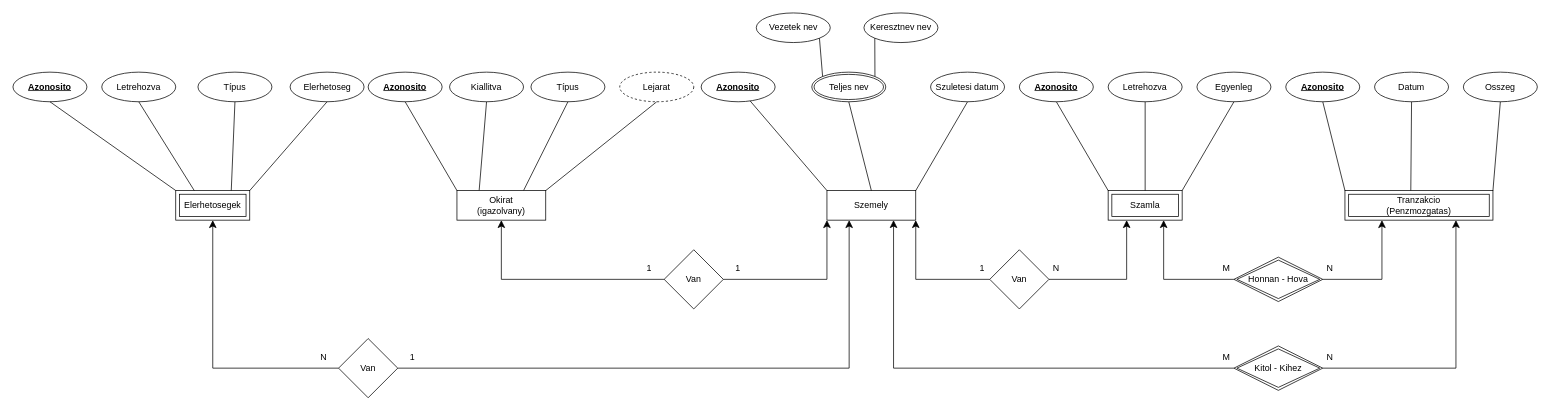
Earlier version of the draw.io diagram XMLTaskD51MXC/ERD51MXC.drawio (zeero64/D51MXC_XMLGyak). Source tidied: cells renumbered, new cells numbered last; positions are measured from the earlier drawing's top-left corner, leaving out a move shared by most shapes. Both pictures are drawn from the tidied source at 74%, with x=0, y=0 at pixel (13, 13).
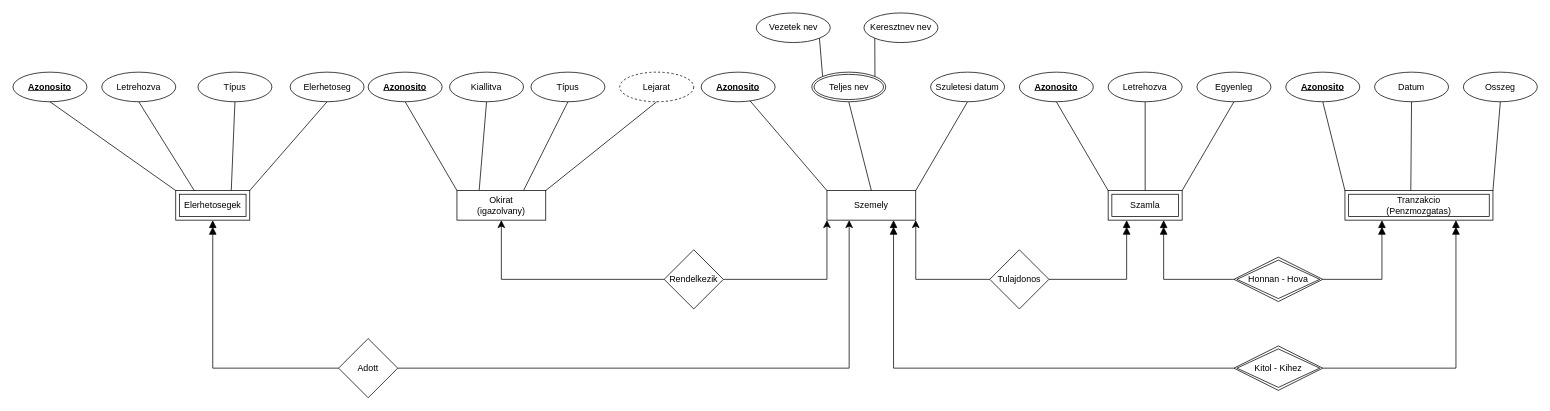
The same diagram, later.

The change refers to these unchanged cells:
```xml
<mxCell id="2" value="Szemely" style="rounded=0;whiteSpace=wrap;html=1;" parent="1" vertex="1">
  <mxGeometry x="1100" y="240" width="120" height="40" as="geometry" />
</mxCell>
<mxCell id="12" value="Szamla" style="shape=ext;margin=3;double=1;whiteSpace=wrap;html=1;align=center;" parent="1" vertex="1">
  <mxGeometry x="1480" y="240" width="100" height="40" as="geometry" />
</mxCell>
<mxCell id="26" value="Elerhetosegek" style="shape=ext;margin=3;double=1;whiteSpace=wrap;html=1;align=center;" parent="1" vertex="1">
  <mxGeometry x="220" y="240" width="100" height="40" as="geometry" />
</mxCell>
<mxCell id="36" value="&lt;div&gt;Tranzakcio&lt;/div&gt;&lt;div&gt;(Penzmozgatas)&lt;br&gt;&lt;/div&gt;" style="shape=ext;margin=3;double=1;whiteSpace=wrap;html=1;align=center;" parent="1" vertex="1">
  <mxGeometry x="1800" y="240" width="200" height="40" as="geometry" />
</mxCell>
<mxCell id="41" value="Kitol - Kihez" style="shape=rhombus;double=1;perimeter=rhombusPerimeter;whiteSpace=wrap;html=1;align=center;" parent="1" vertex="1">
  <mxGeometry x="1650" y="450" width="120" height="60" as="geometry" />
</mxCell>
<mxCell id="42" value="Honnan - Hova" style="shape=rhombus;double=1;perimeter=rhombusPerimeter;whiteSpace=wrap;html=1;align=center;" parent="1" vertex="1">
  <mxGeometry x="1650" y="330" width="120" height="60" as="geometry" />
</mxCell>
```

Change to the diagram source:
```diff
@@
-    <mxCell id="3" value="Van" style="rhombus;whiteSpace=wrap;html=1;" parent="1" vertex="1">
+    <mxCell id="3" value="Rendelkezik" style="rhombus;whiteSpace=wrap;html=1;" parent="1" vertex="1">
       <mxGeometry x="880" y="320" width="80" height="80" as="geometry" />
     </mxCell>
@@
-    <mxCell id="16" value="Van" style="rhombus;whiteSpace=wrap;html=1;" parent="1" vertex="1">
+    <mxCell id="16" value="Tulajdonos" style="rhombus;whiteSpace=wrap;html=1;" parent="1" vertex="1">
       <mxGeometry x="1320" y="320" width="80" height="80" as="geometry" />
     </mxCell>
@@
-    <mxCell id="25" value="Van" style="rhombus;whiteSpace=wrap;html=1;" parent="1" vertex="1">
+    <mxCell id="25" value="Adott" style="rhombus;whiteSpace=wrap;html=1;" parent="1" vertex="1">
       <mxGeometry x="440" y="440" width="80" height="80" as="geometry" />
     </mxCell>
@@
-    <mxCell id="51" value="N" style="text;html=1;strokeColor=none;fillColor=none;align=center;verticalAlign=middle;whiteSpace=wrap;rounded=0;" parent="1" vertex="1">
-      <mxGeometry x="390" y="450" width="60" height="30" as="geometry" />
-    </mxCell>
-    <mxCell id="52" value="1" style="text;html=1;strokeColor=none;fillColor=none;align=center;verticalAlign=middle;whiteSpace=wrap;rounded=0;" parent="1" vertex="1">
-      <mxGeometry x="510" y="450" width="60" height="30" as="geometry" />
-    </mxCell>
-    <mxCell id="53" value="1" style="text;html=1;strokeColor=none;fillColor=none;align=center;verticalAlign=middle;whiteSpace=wrap;rounded=0;" parent="1" vertex="1">
-      <mxGeometry x="830" y="330" width="60" height="30" as="geometry" />
-    </mxCell>
-    <mxCell id="54" value="1" style="text;html=1;strokeColor=none;fillColor=none;align=center;verticalAlign=middle;whiteSpace=wrap;rounded=0;" parent="1" vertex="1">
-      <mxGeometry x="950" y="330" width="60" height="30" as="geometry" />
-    </mxCell>
-    <mxCell id="55" value="1" style="text;html=1;strokeColor=none;fillColor=none;align=center;verticalAlign=middle;whiteSpace=wrap;rounded=0;" parent="1" vertex="1">
-      <mxGeometry x="1280" y="330" width="60" height="30" as="geometry" />
-    </mxCell>
-    <mxCell id="56" value="N" style="text;html=1;strokeColor=none;fillColor=none;align=center;verticalAlign=middle;whiteSpace=wrap;rounded=0;" parent="1" vertex="1">
-      <mxGeometry x="1380" y="330" width="60" height="30" as="geometry" />
-    </mxCell>
-    <mxCell id="57" value="M" style="text;html=1;strokeColor=none;fillColor=none;align=center;verticalAlign=middle;whiteSpace=wrap;rounded=0;" parent="1" vertex="1">
-      <mxGeometry x="1610" y="450" width="60" height="30" as="geometry" />
-    </mxCell>
-    <mxCell id="58" value="N" style="text;html=1;strokeColor=none;fillColor=none;align=center;verticalAlign=middle;whiteSpace=wrap;rounded=0;" parent="1" vertex="1">
-      <mxGeometry x="1750" y="450" width="60" height="30" as="geometry" />
-    </mxCell>
-    <mxCell id="59" value="N" style="text;html=1;strokeColor=none;fillColor=none;align=center;verticalAlign=middle;whiteSpace=wrap;rounded=0;" parent="1" vertex="1">
-      <mxGeometry x="1750" y="330" width="60" height="30" as="geometry" />
-    </mxCell>
-    <mxCell id="60" value="M" style="text;html=1;strokeColor=none;fillColor=none;align=center;verticalAlign=middle;whiteSpace=wrap;rounded=0;" parent="1" vertex="1">
-      <mxGeometry x="1610" y="330" width="60" height="30" as="geometry" />
-    </mxCell>
-    <mxCell id="61" style="edgeStyle=segmentEdgeStyle;endArrow=classic;html=1;curved=0;rounded=0;endSize=8;startSize=8;entryX=0.25;entryY=1;entryDx=0;entryDy=0;exitX=1;exitY=0.5;exitDx=0;exitDy=0;" parent="1" edge="1" source="16" target="12">
+    <mxCell id="61" style="edgeStyle=segmentEdgeStyle;endArrow=doubleBlock;html=1;curved=0;rounded=0;endSize=8;startSize=8;entryX=0.25;entryY=1;entryDx=0;entryDy=0;exitX=1;exitY=0.5;exitDx=0;exitDy=0;endFill=1;" parent="1" edge="1" source="16" target="12">
       <mxGeometry relative="1" as="geometry" />
     </mxCell>
-    <mxCell id="62" style="edgeStyle=segmentEdgeStyle;endArrow=classic;html=1;curved=0;rounded=0;endSize=8;startSize=8;entryX=0.75;entryY=1;entryDx=0;entryDy=0;exitX=0;exitY=0.5;exitDx=0;exitDy=0;" parent="1" edge="1" source="42" target="12">
+    <mxCell id="62" style="edgeStyle=segmentEdgeStyle;endArrow=doubleBlock;html=1;curved=0;rounded=0;endSize=8;startSize=8;entryX=0.75;entryY=1;entryDx=0;entryDy=0;exitX=0;exitY=0.5;exitDx=0;exitDy=0;endFill=1;" parent="1" edge="1" source="42" target="12">
       <mxGeometry relative="1" as="geometry" />
     </mxCell>
-    <mxCell id="63" style="edgeStyle=segmentEdgeStyle;endArrow=classic;html=1;curved=0;rounded=0;endSize=8;startSize=8;entryX=0.25;entryY=1;entryDx=0;entryDy=0;exitX=1;exitY=0.5;exitDx=0;exitDy=0;" parent="1" edge="1" source="42" target="36">
+    <mxCell id="63" style="edgeStyle=segmentEdgeStyle;endArrow=doubleBlock;html=1;curved=0;rounded=0;endSize=8;startSize=8;entryX=0.25;entryY=1;entryDx=0;entryDy=0;exitX=1;exitY=0.5;exitDx=0;exitDy=0;endFill=1;" parent="1" edge="1" source="42" target="36">
       <mxGeometry relative="1" as="geometry" />
     </mxCell>
-    <mxCell id="64" style="edgeStyle=segmentEdgeStyle;endArrow=classic;html=1;curved=0;rounded=0;endSize=8;startSize=8;entryX=0.75;entryY=1;entryDx=0;entryDy=0;exitX=1;exitY=0.5;exitDx=0;exitDy=0;" parent="1" edge="1" source="41" target="36">
+    <mxCell id="64" style="edgeStyle=segmentEdgeStyle;endArrow=doubleBlock;html=1;curved=0;rounded=0;endSize=8;startSize=8;entryX=0.75;entryY=1;entryDx=0;entryDy=0;exitX=1;exitY=0.5;exitDx=0;exitDy=0;endFill=1;" parent="1" edge="1" source="41" target="36">
       <mxGeometry relative="1" as="geometry" />
     </mxCell>
@@
-    <mxCell id="66" style="edgeStyle=segmentEdgeStyle;endArrow=classic;html=1;curved=0;rounded=0;endSize=8;startSize=8;entryX=0.75;entryY=1;entryDx=0;entryDy=0;exitX=0;exitY=0.5;exitDx=0;exitDy=0;" parent="1" edge="1" source="41" target="2">
+    <mxCell id="66" style="edgeStyle=segmentEdgeStyle;endArrow=doubleBlock;html=1;curved=0;rounded=0;endSize=8;startSize=8;entryX=0.75;entryY=1;entryDx=0;entryDy=0;exitX=0;exitY=0.5;exitDx=0;exitDy=0;endFill=1;" parent="1" edge="1" source="41" target="2">
       <mxGeometry relative="1" as="geometry" />
     </mxCell>
@@
-    <mxCell id="70" style="edgeStyle=segmentEdgeStyle;endArrow=classic;html=1;curved=0;rounded=0;endSize=8;startSize=8;exitX=0;exitY=0.5;exitDx=0;exitDy=0;entryX=0.5;entryY=1;entryDx=0;entryDy=0;" parent="1" edge="1" source="25" target="26">
+    <mxCell id="70" style="edgeStyle=segmentEdgeStyle;endArrow=doubleBlock;html=1;curved=0;rounded=0;endSize=8;startSize=8;exitX=0;exitY=0.5;exitDx=0;exitDy=0;entryX=0.5;entryY=1;entryDx=0;entryDy=0;endFill=1;" parent="1" edge="1" source="25" target="26">
       <mxGeometry relative="1" as="geometry" />
     </mxCell>
```
